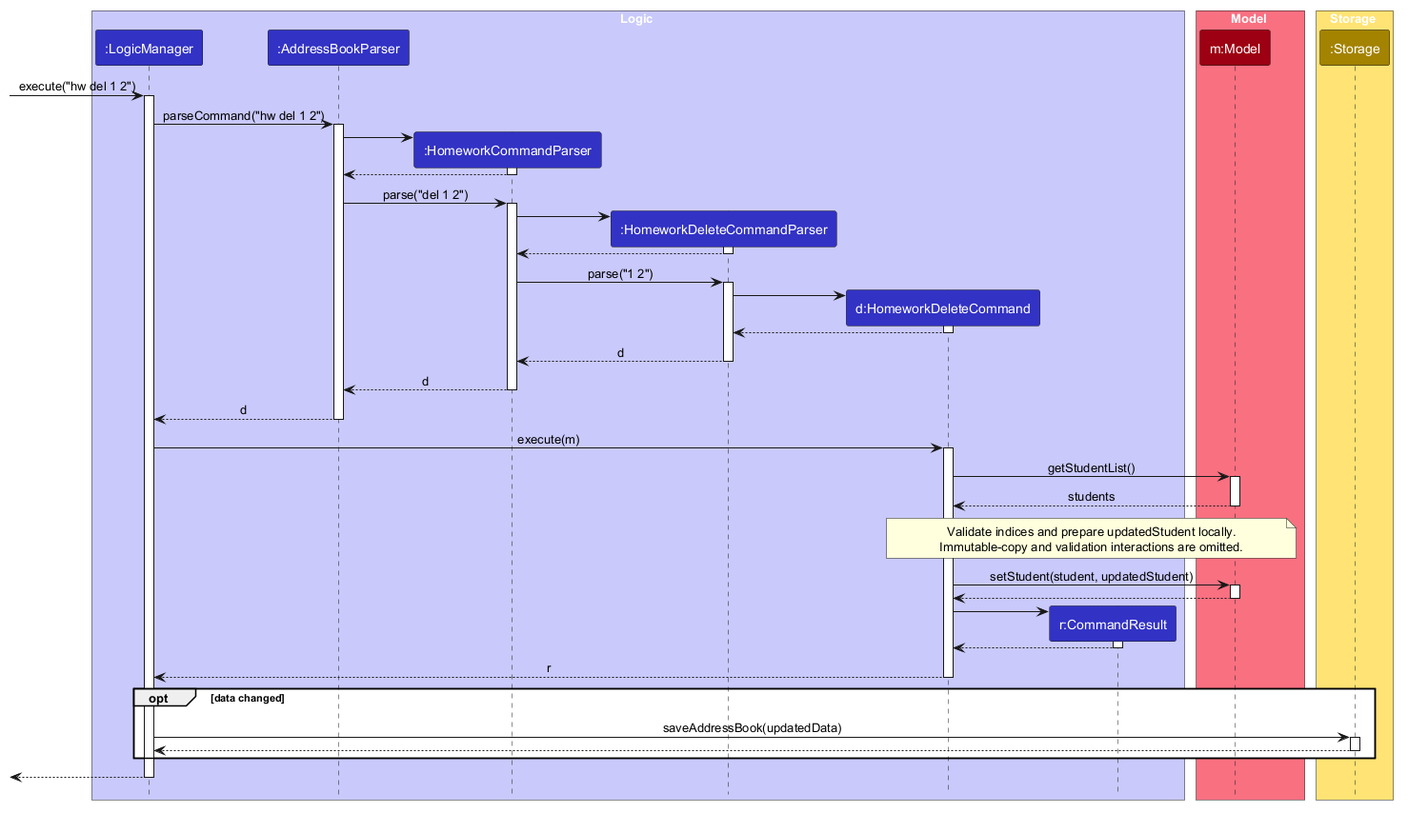
Above: docs/images/HomeworkDeleteSequenceDiagram.png in AY2627S1-CS2103-F12-1/tp (PlantUML), before the change.
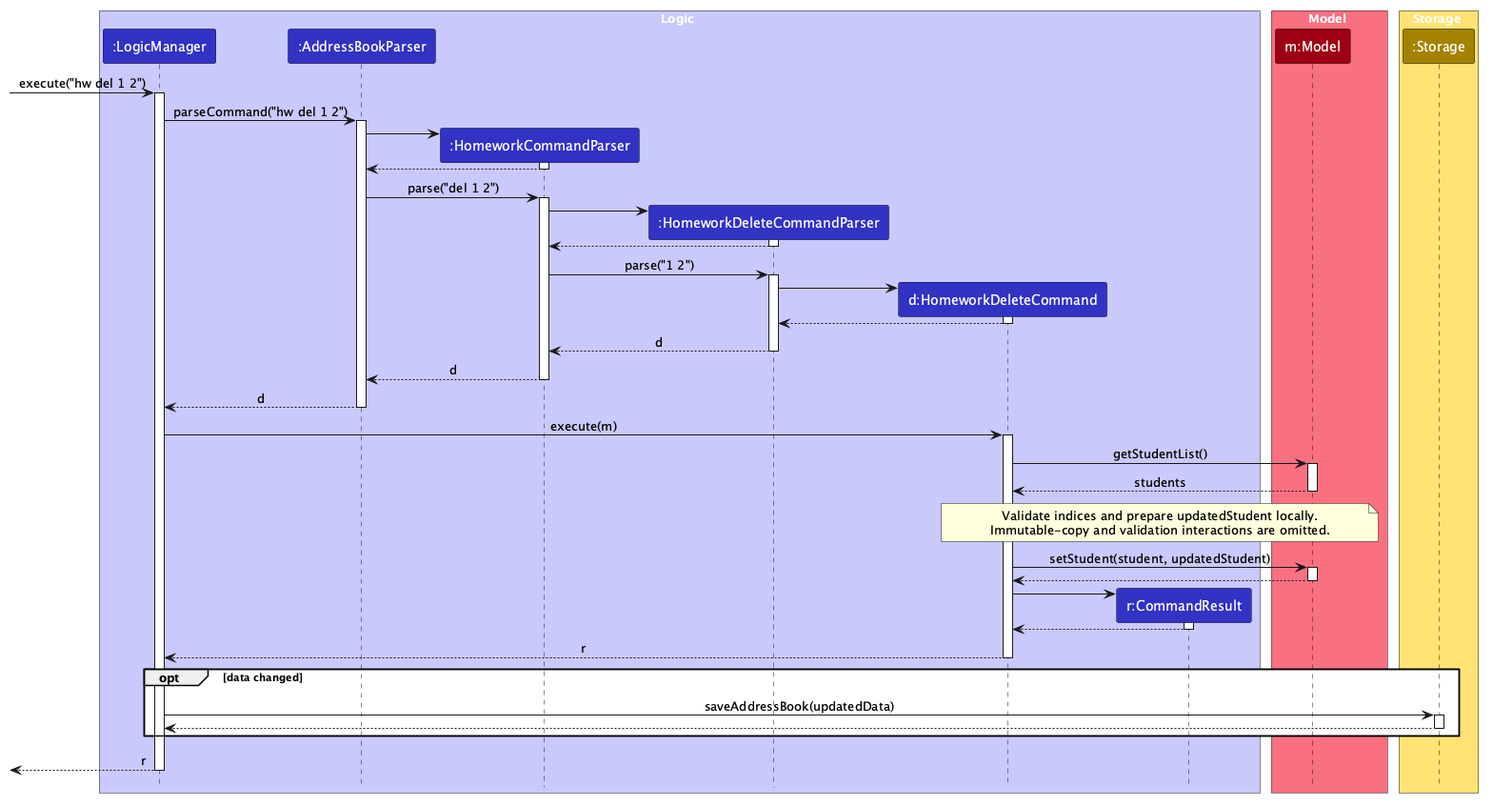
After the change.

Commit message:
DG: Correct notation in the homework diagrams

What changed in the source:
```diff
@@ -98,6 +98,6 @@
 deactivate Storage
 end
 
-[<--LogicManager
+[<-- LogicManager : r
 deactivate LogicManager
 @enduml
```
